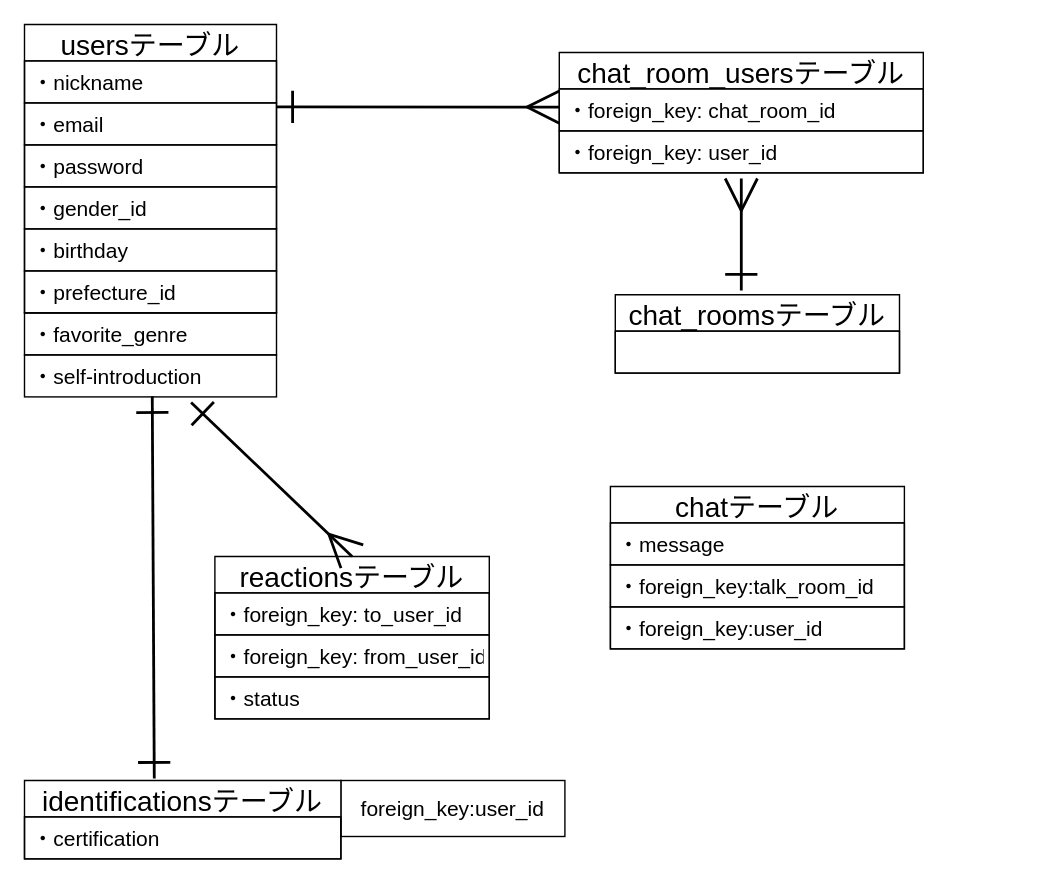
This is page "ER図" (1 of 2) of umaren.dio from suzuka1621/UMAREN1, a draw.io file, before an edit. Source tidied: cells renumbered, new cells numbered last; positions are measured from the earlier drawing's top-left corner, leaving out a move shared by most shapes. Both pictures are drawn from the tidied source at 140%, with x=0, y=0 at pixel (24, 24).
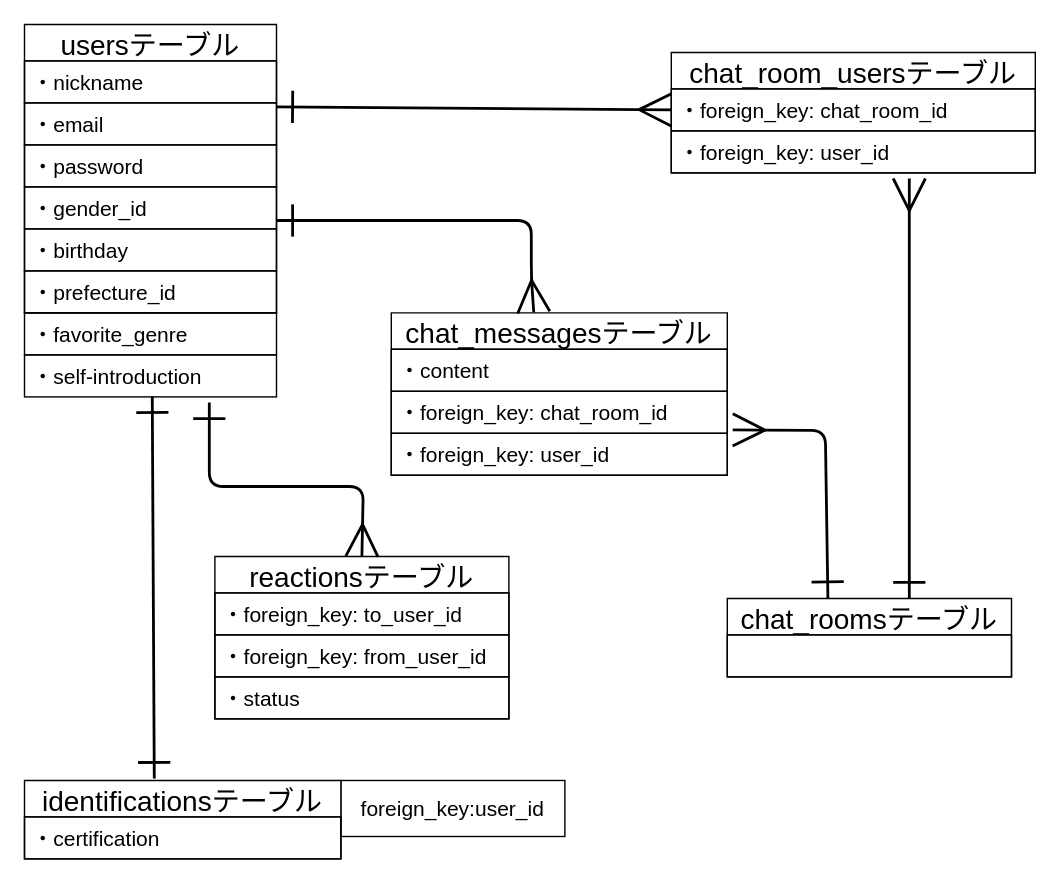
After the change.

Unchanged cells that the change refers to:
```xml
<mxCell id="4" value="・email" style="text;strokeColor=default;fillColor=none;spacingLeft=4;spacingRight=4;overflow=hidden;points=[[0,0.5],[1,0.5]];portConstraint=eastwest;fontSize=15;" parent="2" vertex="1">
  <mxGeometry y="56" width="180" height="30" as="geometry" />
</mxCell>
<mxCell id="28" value="・foreign_key: chat_room_id" style="text;strokeColor=default;fillColor=none;spacingLeft=4;spacingRight=4;overflow=hidden;points=[[0,0.5],[1,0.5]];portConstraint=eastwest;fontSize=15;" parent="27" vertex="1">
  <mxGeometry y="26" width="260" height="30" as="geometry" />
</mxCell>
```

The edit, as a diff of the source:
```diff
@@
-    <mxCell id="9" value="chatテーブル" style="swimlane;fontStyle=0;horizontal=1;startSize=26;align=center;fontSize=20;" parent="1" vertex="1">
-      <mxGeometry x="418.5" y="330" width="210" height="116" as="geometry" />
+    <mxCell id="9" value="chat_messagesテーブル" style="swimlane;fontStyle=0;horizontal=1;startSize=26;align=center;fontSize=20;" parent="1" vertex="1">
+      <mxGeometry x="262" y="206" width="240" height="116" as="geometry" />
     </mxCell>
-    <mxCell id="10" value="・message" style="text;strokeColor=default;fillColor=none;spacingLeft=4;spacingRight=4;overflow=hidden;fontSize=15;" parent="9" vertex="1">
-      <mxGeometry y="26" width="210" height="30" as="geometry" />
+    <mxCell id="10" value="・content" style="text;strokeColor=default;fillColor=none;spacingLeft=4;spacingRight=4;overflow=hidden;fontSize=15;" parent="9" vertex="1">
+      <mxGeometry y="26" width="240" height="30" as="geometry" />
     </mxCell>
-    <mxCell id="11" value="・foreign_key:talk_room_id" style="text;strokeColor=default;fillColor=none;spacingLeft=4;spacingRight=4;overflow=hidden;points=[[0,0.5],[1,0.5]];portConstraint=eastwest;fontSize=15;" parent="9" vertex="1">
-      <mxGeometry y="56" width="210" height="30" as="geometry" />
+    <mxCell id="11" value="・foreign_key: chat_room_id" style="text;strokeColor=default;fillColor=none;spacingLeft=4;spacingRight=4;overflow=hidden;points=[[0,0.5],[1,0.5]];portConstraint=eastwest;fontSize=15;" parent="9" vertex="1">
+      <mxGeometry y="56" width="240" height="30" as="geometry" />
     </mxCell>
-    <mxCell id="12" value="・foreign_key:user_id" style="text;strokeColor=default;fillColor=none;spacingLeft=4;spacingRight=4;overflow=hidden;fontSize=15;" parent="9" vertex="1">
-      <mxGeometry y="86" width="210" height="30" as="geometry" />
+    <mxCell id="12" value="・foreign_key: user_id" style="text;strokeColor=default;fillColor=none;spacingLeft=4;spacingRight=4;overflow=hidden;fontSize=15;" parent="9" vertex="1">
+      <mxGeometry y="86" width="240" height="30" as="geometry" />
     </mxCell>
@@
     <mxCell id="16" value="reactionsテーブル" style="swimlane;fontStyle=0;horizontal=1;startSize=26;align=center;fontSize=20;" parent="1" vertex="1">
-      <mxGeometry x="136" y="380" width="196" height="116" as="geometry" />
+      <mxGeometry x="136" y="380" width="210" height="116" as="geometry" />
     </mxCell>
     <mxCell id="17" value="・foreign_key: to_user_id" style="text;strokeColor=default;fillColor=none;spacingLeft=4;spacingRight=4;overflow=hidden;fontSize=15;" parent="16" vertex="1">
-      <mxGeometry y="26" width="196" height="30" as="geometry" />
+      <mxGeometry y="26" width="210" height="30" as="geometry" />
     </mxCell>
     <mxCell id="18" value="・foreign_key: from_user_id" style="text;strokeColor=default;fillColor=none;spacingLeft=4;spacingRight=4;overflow=hidden;fontSize=15;" parent="16" vertex="1">
-      <mxGeometry y="56" width="196" height="30" as="geometry" />
+      <mxGeometry y="56" width="210" height="30" as="geometry" />
     </mxCell>
     <mxCell id="19" value="・status" style="text;strokeColor=default;fillColor=none;spacingLeft=4;spacingRight=4;overflow=hidden;fontSize=15;" parent="16" vertex="1">
-      <mxGeometry y="86" width="196" height="30" as="geometry" />
+      <mxGeometry y="86" width="210" height="30" as="geometry" />
     </mxCell>
@@
     <mxCell id="23" value="chat_roomsテーブル" style="swimlane;fontStyle=0;horizontal=1;startSize=26;align=center;fontSize=20;" parent="1" vertex="1">
-      <mxGeometry x="422" y="193" width="203" height="56" as="geometry" />
+      <mxGeometry x="502" y="410" width="203" height="56" as="geometry" />
     </mxCell>
@@
     <mxCell id="25" style="edgeStyle=none;jumpStyle=none;jumpSize=20;html=1;strokeColor=default;strokeWidth=2;fontFamily=Helvetica;fontSize=15;startArrow=ERmany;startFill=0;endArrow=ERone;endFill=0;startSize=20;endSize=20;sourcePerimeterSpacing=20;targetPerimeterSpacing=20;exitX=0.5;exitY=0;exitDx=0;exitDy=0;" parent="1" edge="1" source="16">
       <mxGeometry relative="1" as="geometry">
-        <mxPoint x="119" y="270" as="targetPoint" />
+        <mxPoint x="132" y="270" as="targetPoint" />
+        <Array as="points">
+          <mxPoint x="242" y="330" />
+          <mxPoint x="132" y="330" />
+        </Array>
       </mxGeometry>
     </mxCell>
-    <mxCell id="26" style="edgeStyle=none;jumpStyle=none;jumpSize=20;html=1;strokeColor=default;strokeWidth=2;fontFamily=Helvetica;fontSize=15;startArrow=ERmany;startFill=0;endArrow=ERone;endFill=0;startSize=20;endSize=20;targetPerimeterSpacing=20;entryX=1;entryY=0.093;entryDx=0;entryDy=0;entryPerimeter=0;" parent="1" edge="1" target="4">
-      <mxGeometry relative="1" as="geometry">
-        <mxPoint x="382" y="59" as="sourcePoint" />
-      </mxGeometry>
+    <mxCell id="26" style="edgeStyle=none;jumpStyle=none;jumpSize=20;html=1;strokeColor=default;strokeWidth=2;fontFamily=Helvetica;fontSize=15;startArrow=ERmany;startFill=0;endArrow=ERone;endFill=0;startSize=20;endSize=20;targetPerimeterSpacing=20;entryX=1;entryY=0.093;entryDx=0;entryDy=0;entryPerimeter=0;exitX=0;exitY=0.5;exitDx=0;exitDy=0;" parent="1" edge="1" source="28" target="4">
+      <mxGeometry relative="1" as="geometry" />
     </mxCell>
     <mxCell id="27" value="chat_room_usersテーブル" style="swimlane;fontStyle=0;horizontal=1;startSize=26;align=center;fontSize=20;" parent="1" vertex="1">
-      <mxGeometry x="382" y="20" width="260" height="86" as="geometry" />
+      <mxGeometry x="462" y="20" width="260" height="86" as="geometry" />
     </mxCell>
@@
-    <mxCell id="30" style="edgeStyle=none;jumpStyle=none;jumpSize=20;html=1;strokeColor=default;strokeWidth=2;fontFamily=Helvetica;fontSize=15;startArrow=ERmany;startFill=0;endArrow=ERone;endFill=0;startSize=20;endSize=20;sourcePerimeterSpacing=20;targetPerimeterSpacing=20;" parent="1" edge="1">
-      <mxGeometry relative="1" as="geometry">
-        <mxPoint x="512" y="110" as="sourcePoint" />
-        <mxPoint x="512" y="190" as="targetPoint" />
-      </mxGeometry>
-    </mxCell>
+    <mxCell id="31" style="edgeStyle=none;jumpStyle=none;jumpSize=20;html=1;strokeColor=default;strokeWidth=2;fontFamily=Helvetica;fontSize=15;startArrow=ERmany;startFill=0;endArrow=ERone;endFill=0;startSize=20;endSize=20;sourcePerimeterSpacing=20;targetPerimeterSpacing=20;exitX=1.016;exitY=0.92;exitDx=0;exitDy=0;exitPerimeter=0;entryX=0.354;entryY=-0.007;entryDx=0;entryDy=0;entryPerimeter=0;" parent="1" edge="1" source="11" target="23">
+      <mxGeometry relative="1" as="geometry">
+        <Array as="points">
+          <mxPoint x="572" y="290" />
+        </Array>
+      </mxGeometry>
+    </mxCell>
+    <mxCell id="32" style="edgeStyle=none;jumpStyle=none;jumpSize=20;html=1;strokeColor=default;strokeWidth=2;fontFamily=Helvetica;fontSize=15;startArrow=ERmany;startFill=0;endArrow=ERone;endFill=0;startSize=20;endSize=20;sourcePerimeterSpacing=20;targetPerimeterSpacing=20;" parent="1" edge="1">
+      <mxGeometry relative="1" as="geometry">
+        <mxPoint x="632" y="110" as="sourcePoint" />
+        <mxPoint x="632" y="410" as="targetPoint" />
+        <Array as="points">
+          <mxPoint x="632" y="290" />
+        </Array>
+      </mxGeometry>
+    </mxCell>
+    <mxCell id="33" style="edgeStyle=none;jumpStyle=none;jumpSize=20;html=1;strokeColor=default;strokeWidth=2;fontFamily=Helvetica;fontSize=15;startArrow=ERmany;startFill=0;endArrow=ERone;endFill=0;startSize=20;endSize=20;targetPerimeterSpacing=20;entryX=1;entryY=0.093;entryDx=0;entryDy=0;entryPerimeter=0;exitX=0.424;exitY=-0.003;exitDx=0;exitDy=0;exitPerimeter=0;" parent="1" edge="1" source="9">
+      <mxGeometry relative="1" as="geometry">
+        <mxPoint x="180" y="140" as="targetPoint" />
+        <Array as="points">
+          <mxPoint x="362" y="180" />
+          <mxPoint x="362" y="140" />
+        </Array>
+      </mxGeometry>
+    </mxCell>
```
